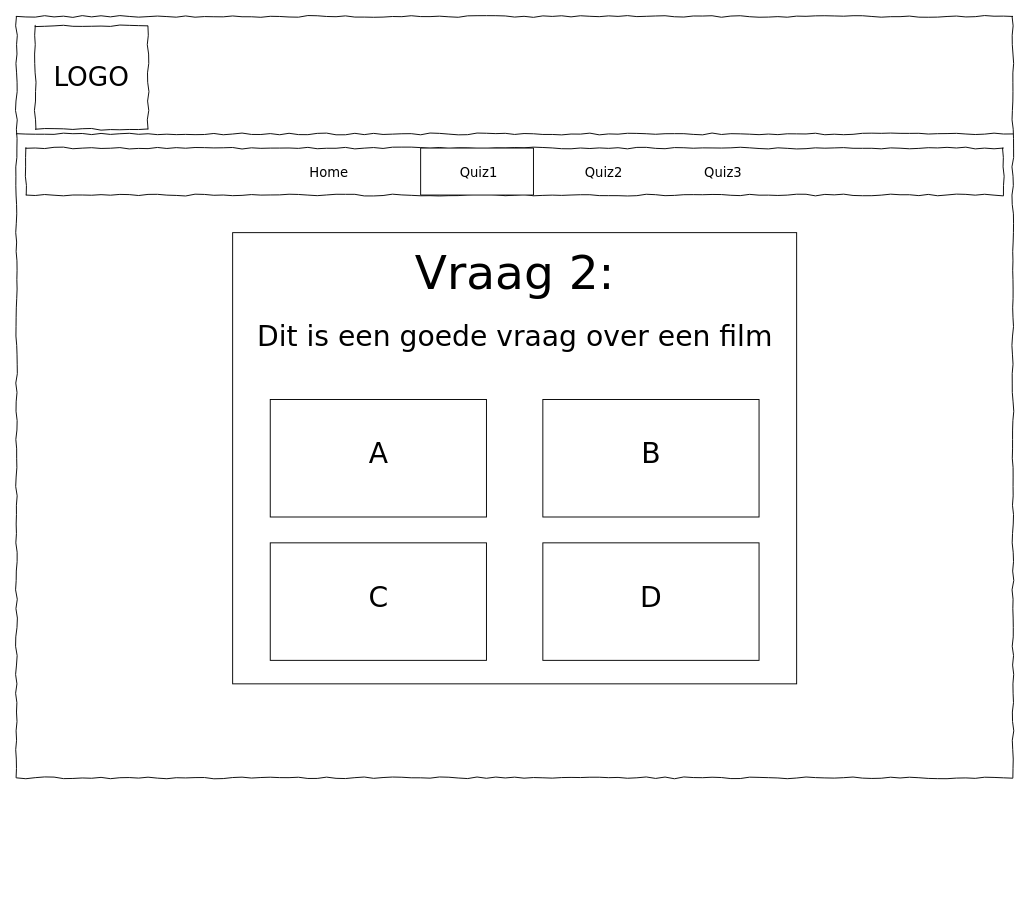
The draw.io diagram Projectplan/Wireframe-Quiz.drawio in HerpieDerpieee/LJ1-Quizzy, before the edit. Source tidied: cells renumbered, new cells numbered last; positions are measured from the earlier drawing's top-left corner, leaving out a move shared by most shapes. Both pictures are drawn from the tidied source at 94%, with x=0, y=0 at pixel (16, 16).
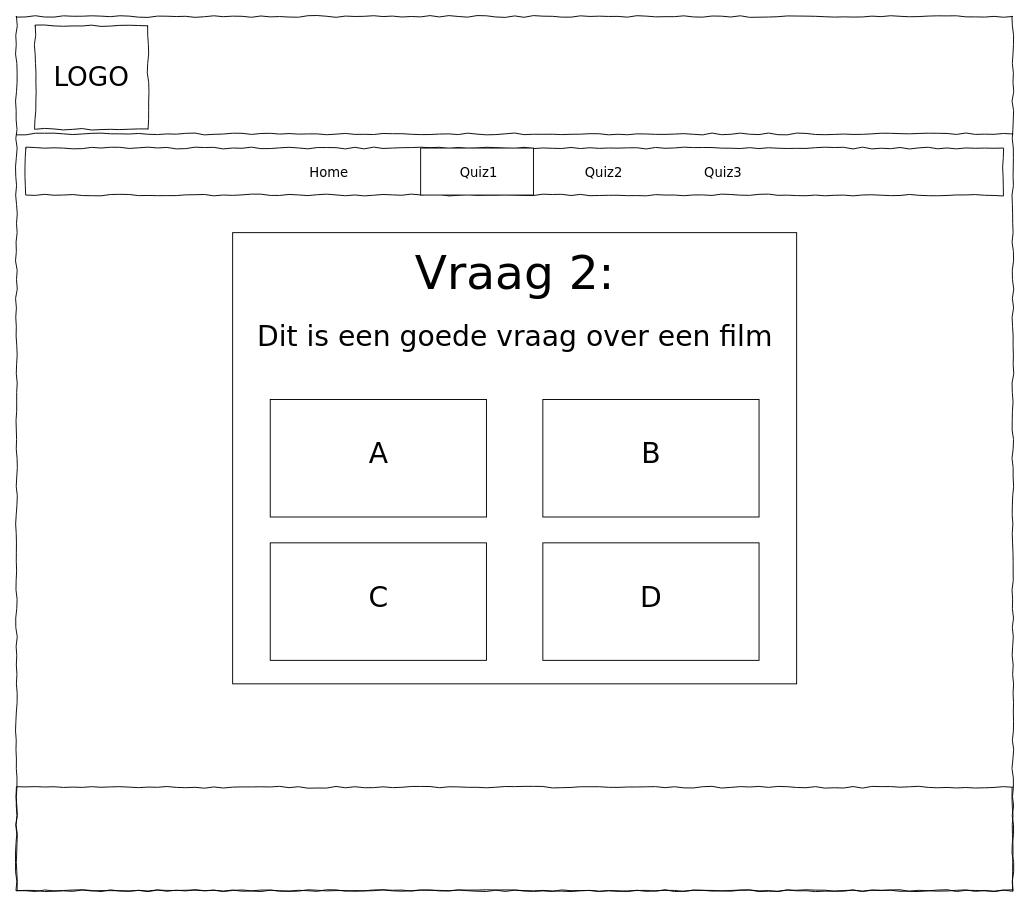
After the change.

Commit message:
Wireframe footer

What changed in the source:
```diff
@@
     <mxCell id="2" style="whiteSpace=wrap;html=1;rounded=0;shadow=0;labelBackgroundColor=none;strokeColor=#000000;strokeWidth=1;fillColor=none;fontFamily=Verdana;fontSize=12;fontColor=#000000;align=center;comic=1;" parent="1" vertex="1">
-      <mxGeometry width="1060" height="810" as="geometry" />
+      <mxGeometry width="1060" height="930" as="geometry" />
     </mxCell>
@@
+    <mxCell id="23" style="whiteSpace=wrap;html=1;rounded=0;shadow=0;labelBackgroundColor=none;strokeColor=#000000;strokeWidth=1;fillColor=none;fontFamily=Verdana;fontSize=12;fontColor=#000000;align=center;comic=1;" parent="1" vertex="1">
+      <mxGeometry y="820" width="1060" height="110" as="geometry" />
+    </mxCell>
```
